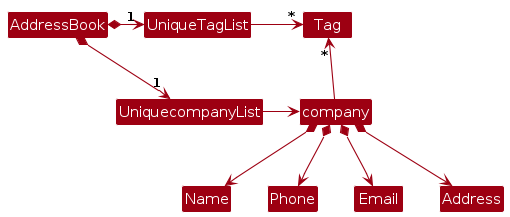
Above: diagrams/BetterModelClassDiagram.png in AY2425S1-CS2103T-T09-1/tp (PlantUML), before the change. Its source is kept beside it as diagrams/BetterModelClassDiagram.puml.
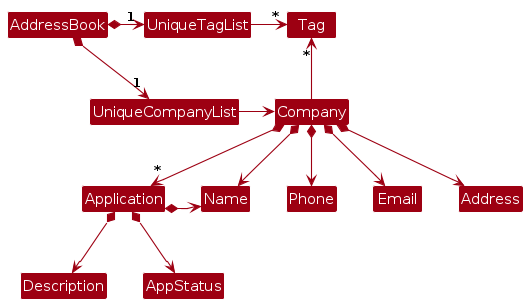
The same diagram one commit later.

Diff of the diagram source:
```diff
@@ -4,18 +4,24 @@
 skinparam arrowColor MODEL_COLOR
 skinparam classBackgroundColor MODEL_COLOR
 
-AddressBook *-right-> "1" UniquecompanyList
+AddressBook *-right-> "1" UniqueCompanyList
 AddressBook *-right-> "1" UniqueTagList
-UniqueTagList -[hidden]down- UniquecompanyList
-UniqueTagList -[hidden]down- UniquecompanyList
+UniqueTagList -[hidden]down- UniqueCompanyList
 
 UniqueTagList -right-> "*" Tag
-UniquecompanyList -right-> company
+UniqueCompanyList -right-> Company
 
-company -up-> "*" Tag
+Company -up-> "*" Tag
 
-company *--> Name
-company *--> Phone
-company *--> Email
-company *--> Address
+Company *--> "*" Application
+Company *--> Name
+Company *--> Phone
+Company *--> Email
+Company *--> Address
+
+Application *--> Name
+Application *--> Description
+Application *--> AppStatus
+
+Application -[hidden]right- Name
 @enduml
```
